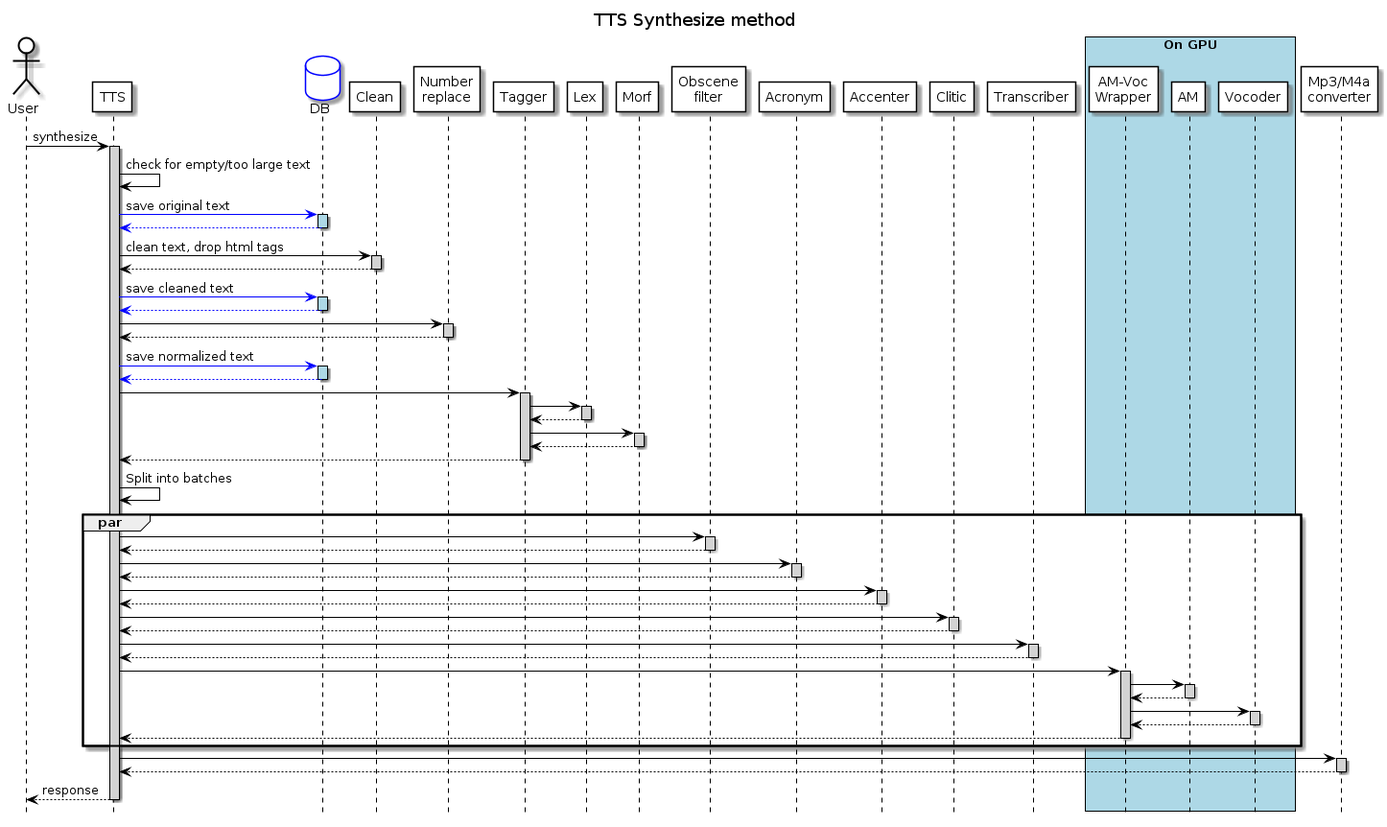
Before: info/tts.png, a diagram exported from PlantUML (airenas/tts-line).
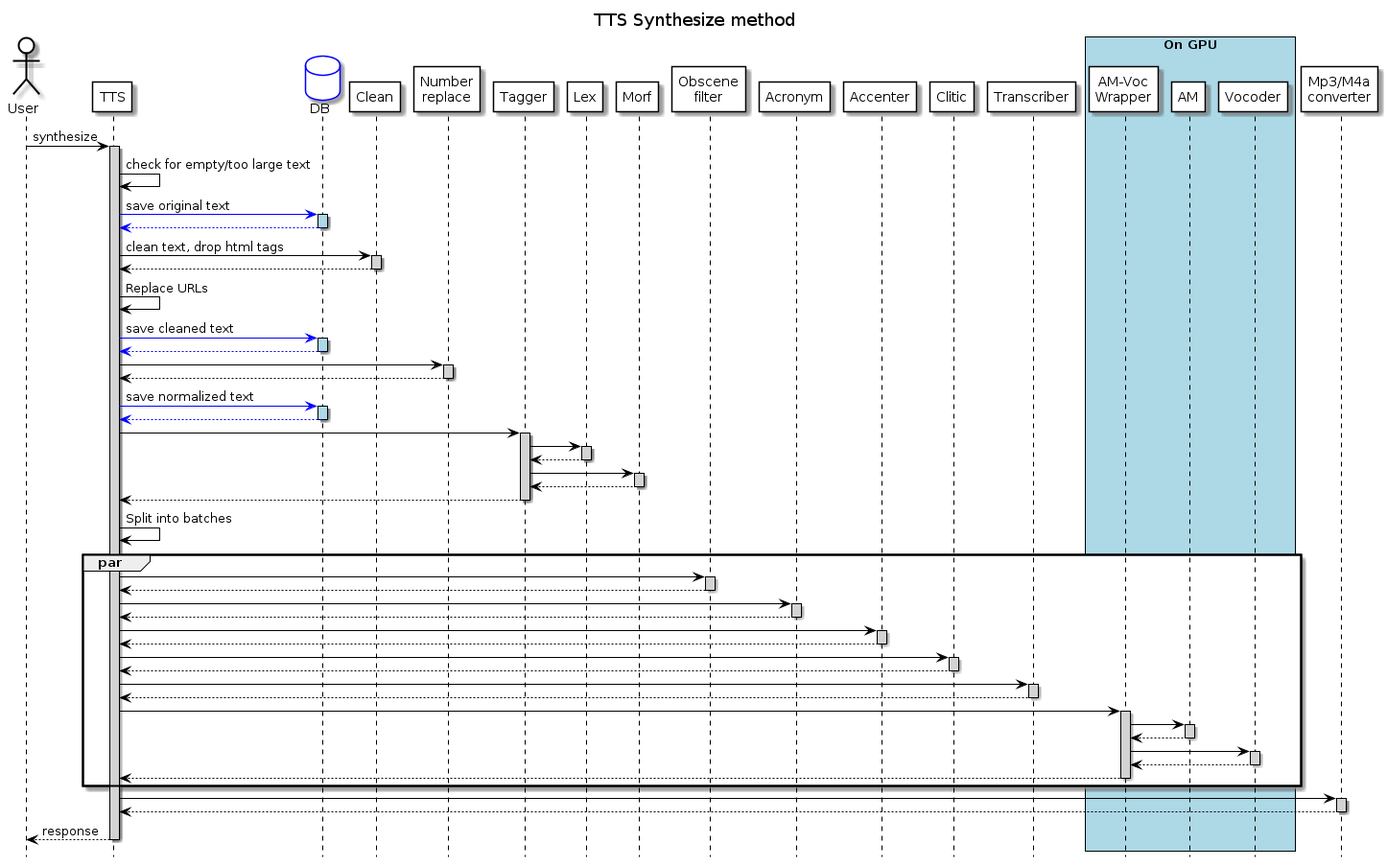
After the change.

Commit message:
Update schema on replace URLs

Diff of the diagram source:
```diff
@@ -55,6 +55,8 @@
 activate Clean
 Clean --> tts:
 deactivate Clean
+
+tts -> tts: Replace URLs
 
 tts -[#blue]> DB: save cleaned text
 activate DB #lightblue
```
